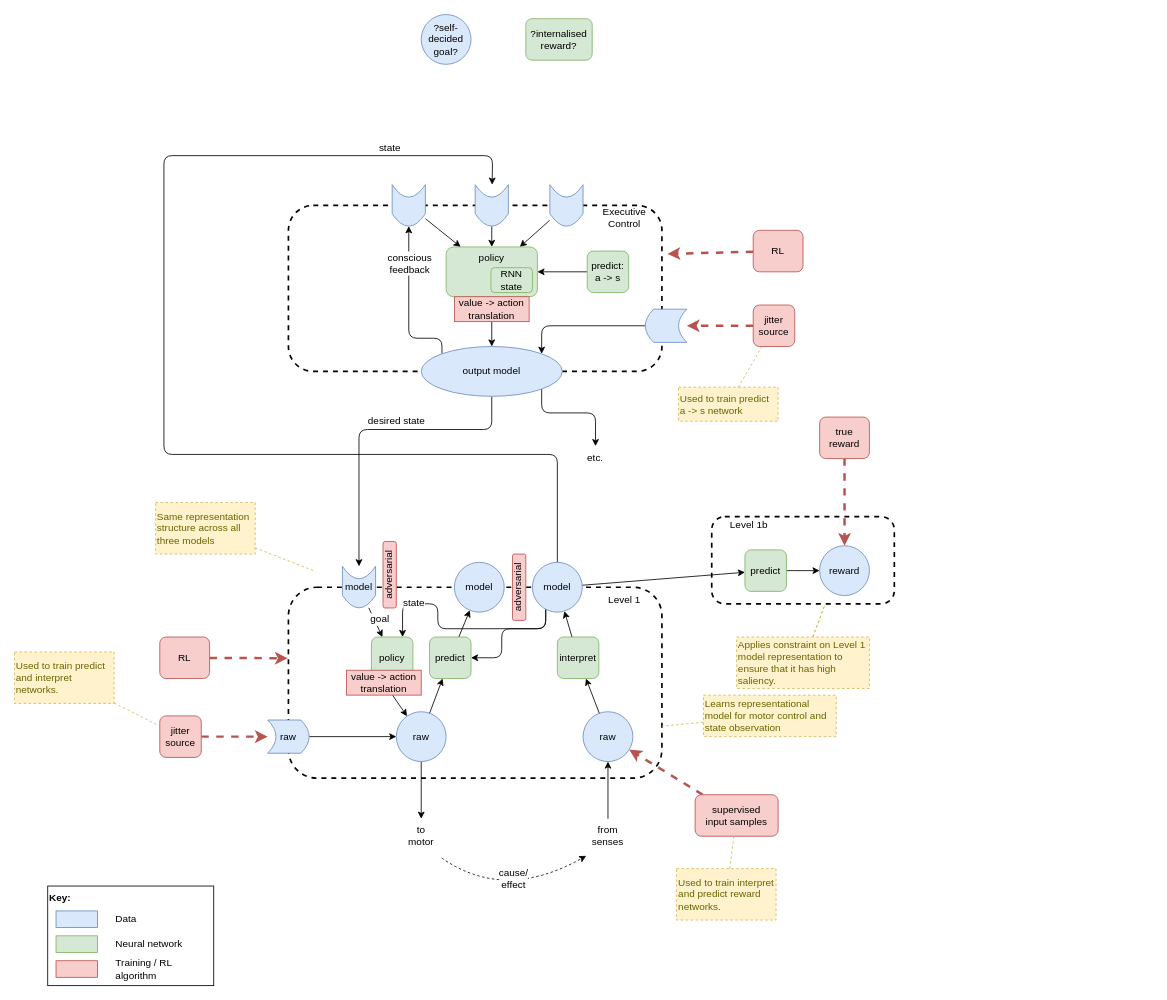
Before: page "complete" (1 of 3) of files/An-agi-architecture-v1.drawio in malcolmlett/malcolmlett.github.io, a draw.io diagram. Source tidied: cells renumbered, new cells numbered last; positions are measured from the earlier drawing's top-left corner, leaving out a move shared by most shapes. Both pictures are drawn from the tidied source at 83%, with x=0, y=0 at pixel (14, 14).
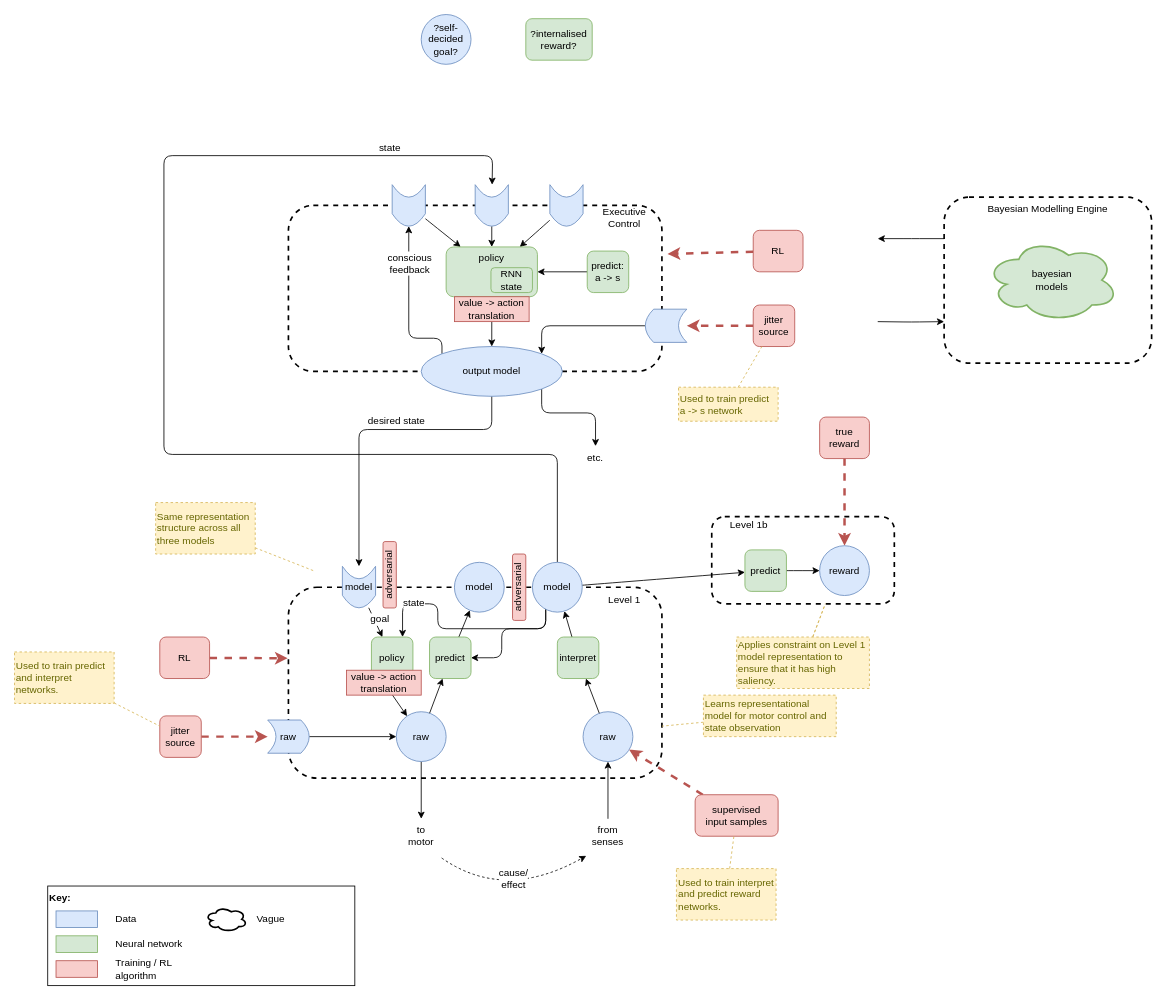
The same diagram, later.

What changed in the source:
```diff
@@
     <mxCell id="67" value="Key:" style="rounded=0;whiteSpace=wrap;html=1;fontStyle=1;align=left;verticalAlign=top;" parent="1" vertex="1">
-      <mxGeometry x="40" y="1050" width="200" height="120" as="geometry" />
+      <mxGeometry x="40" y="1050" width="370" height="120" as="geometry" />
     </mxCell>
@@
+    <mxCell id="98" style="edgeStyle=orthogonalEdgeStyle;rounded=1;jettySize=auto;html=1;endArrow=classic;endFill=1;strokeWidth=1;fontSize=12;fontColor=#000000;exitX=0;exitY=0.25;exitDx=0;exitDy=0;" parent="1" edge="1" source="99">
+      <mxGeometry relative="1" as="geometry">
+        <mxPoint x="1040" y="270" as="targetPoint" />
+      </mxGeometry>
+    </mxCell>
+    <mxCell id="99" value="Bayesian Modelling Engine" style="rounded=1;whiteSpace=wrap;html=1;fillColor=none;dashed=1;strokeWidth=2;align=center;horizontal=1;verticalAlign=top;" parent="1" vertex="1">
+      <mxGeometry x="1120" y="220" width="250" height="200" as="geometry" />
+    </mxCell>
+    <mxCell id="100" value="bayesian&lt;br&gt;models" style="ellipse;shape=cloud;whiteSpace=wrap;html=1;rounded=0;labelBackgroundColor=none;sketch=0;strokeColor=#82b366;strokeWidth=2;fillColor=#d5e8d4;fontSize=12;align=center;" parent="1" vertex="1">
+      <mxGeometry x="1170" y="270" width="160" height="100" as="geometry" />
+    </mxCell>
+    <mxCell id="101" style="ellipse;shape=cloud;whiteSpace=wrap;html=1;rounded=0;labelBackgroundColor=none;sketch=0;strokeColor=#000000;strokeWidth=2;fillColor=none;gradientColor=none;fontSize=12;fontColor=#000000;align=center;" parent="1" vertex="1">
+      <mxGeometry x="230" y="1075" width="50" height="30" as="geometry" />
+    </mxCell>
+    <mxCell id="102" value="Vague" style="text;html=1;strokeColor=none;fillColor=none;align=left;verticalAlign=middle;whiteSpace=wrap;rounded=0;" parent="1" vertex="1">
+      <mxGeometry x="290" y="1080" width="110" height="20" as="geometry" />
+    </mxCell>
+    <mxCell id="103" style="edgeStyle=orthogonalEdgeStyle;rounded=1;jettySize=auto;html=1;endArrow=classic;endFill=1;strokeWidth=1;fontSize=12;fontColor=#000000;exitX=0;exitY=0.75;exitDx=0;exitDy=0;entryX=0;entryY=0.75;entryDx=0;entryDy=0;" parent="1" edge="1" target="99">
+      <mxGeometry relative="1" as="geometry">
+        <mxPoint x="1040" y="370" as="sourcePoint" />
+      </mxGeometry>
+    </mxCell>
```
